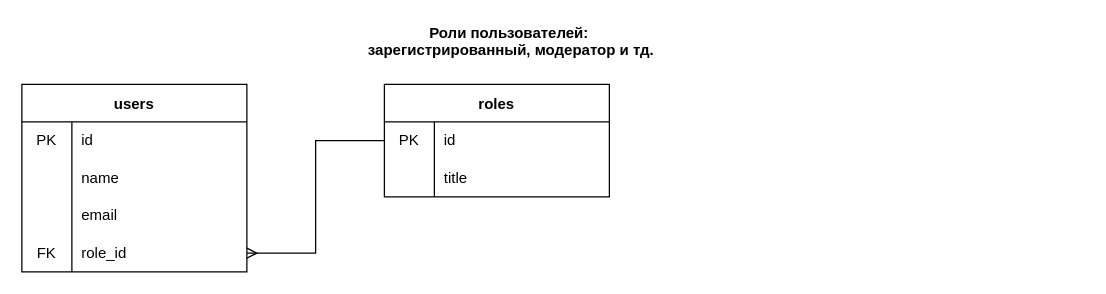
Above: tables.drawio in Drivesss/ReshUCube (draw.io), before the change. Source tidied: cells renumbered, new cells numbered last; positions are measured from the earlier drawing's top-left corner, leaving out a move shared by most shapes. Both pictures are drawn from the tidied source at 125%, with x=0, y=0 at pixel (21, 21).
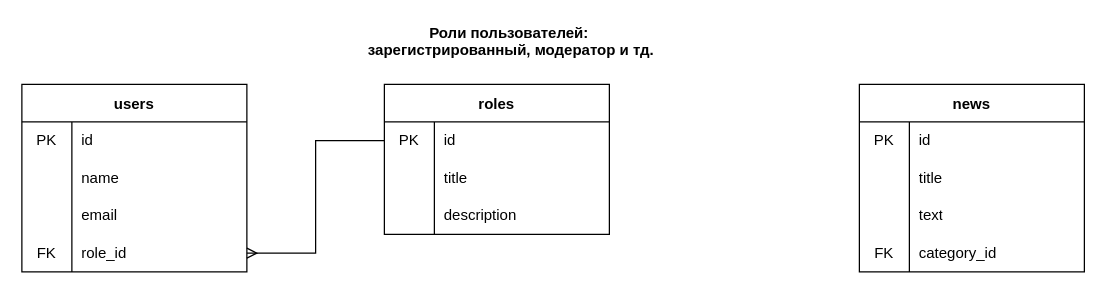
After the change.

Diff of the diagram source:
```diff
@@
     <mxCell id="15" value="roles" style="shape=table;startSize=30;childLayout=tableLayout;rowLines=0;fontStyle=1;" parent="1" vertex="1">
-      <mxGeometry x="290" y="50" width="180" height="90" as="geometry" />
+      <mxGeometry x="290" y="50" width="180" height="120" as="geometry" />
     </mxCell>
@@
+    <mxCell id="24" style="shape=tableRow;horizontal=0;startSize=0;swimlaneHead=0;swimlaneBody=0;top=0;left=0;bottom=0;right=0;fillColor=none;" parent="15" vertex="1">
+      <mxGeometry y="90" width="180" height="30" as="geometry" />
+    </mxCell>
+    <mxCell id="25" style="shape=partialRectangle;html=1;whiteSpace=wrap;fillColor=none;top=0;left=0;bottom=0;right=0;overflow=hidden;" parent="24" vertex="1">
+      <mxGeometry width="40" height="30" as="geometry" />
+    </mxCell>
+    <mxCell id="26" value="description" style="shape=partialRectangle;html=1;whiteSpace=wrap;fillColor=none;top=0;left=0;bottom=0;right=0;align=left;spacingLeft=6;overflow=hidden;" parent="24" vertex="1">
+      <mxGeometry x="40" width="140" height="30" as="geometry" />
+    </mxCell>
@@
+    <mxCell id="27" value="news" style="shape=table;startSize=30;childLayout=tableLayout;rowLines=0;fontStyle=1;" parent="1" vertex="1">
+      <mxGeometry x="670" y="50" width="180" height="150" as="geometry" />
+    </mxCell>
+    <mxCell id="28" style="shape=tableRow;horizontal=0;startSize=0;swimlaneHead=0;swimlaneBody=0;top=0;left=0;bottom=0;right=0;fillColor=none;" parent="27" vertex="1">
+      <mxGeometry y="30" width="180" height="30" as="geometry" />
+    </mxCell>
+    <mxCell id="29" value="PK" style="shape=partialRectangle;html=1;whiteSpace=wrap;fillColor=none;top=0;left=0;bottom=0;right=0;overflow=hidden;" parent="28" vertex="1">
+      <mxGeometry width="40" height="30" as="geometry" />
+    </mxCell>
+    <mxCell id="30" value="id&lt;br&gt;" style="shape=partialRectangle;html=1;whiteSpace=wrap;fillColor=none;top=0;left=0;bottom=0;right=0;align=left;spacingLeft=6;overflow=hidden;" parent="28" vertex="1">
+      <mxGeometry x="40" width="140" height="30" as="geometry" />
+    </mxCell>
+    <mxCell id="31" style="shape=tableRow;horizontal=0;startSize=0;swimlaneHead=0;swimlaneBody=0;top=0;left=0;bottom=0;right=0;fillColor=none;" parent="27" vertex="1">
+      <mxGeometry y="60" width="180" height="30" as="geometry" />
+    </mxCell>
+    <mxCell id="32" style="shape=partialRectangle;html=1;whiteSpace=wrap;fillColor=none;top=0;left=0;bottom=0;right=0;overflow=hidden;" parent="31" vertex="1">
+      <mxGeometry width="40" height="30" as="geometry" />
+    </mxCell>
+    <mxCell id="33" value="title" style="shape=partialRectangle;html=1;whiteSpace=wrap;fillColor=none;top=0;left=0;bottom=0;right=0;align=left;spacingLeft=6;overflow=hidden;" parent="31" vertex="1">
+      <mxGeometry x="40" width="140" height="30" as="geometry" />
+    </mxCell>
+    <mxCell id="34" style="shape=tableRow;horizontal=0;startSize=0;swimlaneHead=0;swimlaneBody=0;top=0;left=0;bottom=0;right=0;fillColor=none;" parent="27" vertex="1">
+      <mxGeometry y="90" width="180" height="30" as="geometry" />
+    </mxCell>
+    <mxCell id="35" style="shape=partialRectangle;html=1;whiteSpace=wrap;fillColor=none;top=0;left=0;bottom=0;right=0;overflow=hidden;" parent="34" vertex="1">
+      <mxGeometry width="40" height="30" as="geometry" />
+    </mxCell>
+    <mxCell id="36" value="text" style="shape=partialRectangle;html=1;whiteSpace=wrap;fillColor=none;top=0;left=0;bottom=0;right=0;align=left;spacingLeft=6;overflow=hidden;" parent="34" vertex="1">
+      <mxGeometry x="40" width="140" height="30" as="geometry" />
+    </mxCell>
+    <mxCell id="37" style="shape=tableRow;horizontal=0;startSize=0;swimlaneHead=0;swimlaneBody=0;top=0;left=0;bottom=0;right=0;fillColor=none;" parent="27" vertex="1">
+      <mxGeometry y="120" width="180" height="30" as="geometry" />
+    </mxCell>
+    <mxCell id="38" value="FK" style="shape=partialRectangle;html=1;whiteSpace=wrap;fillColor=none;top=0;left=0;bottom=0;right=0;overflow=hidden;" parent="37" vertex="1">
+      <mxGeometry width="40" height="30" as="geometry" />
+    </mxCell>
+    <mxCell id="39" value="category_id" style="shape=partialRectangle;html=1;whiteSpace=wrap;fillColor=none;top=0;left=0;bottom=0;right=0;align=left;spacingLeft=6;overflow=hidden;" parent="37" vertex="1">
+      <mxGeometry x="40" width="140" height="30" as="geometry" />
+    </mxCell>
```
